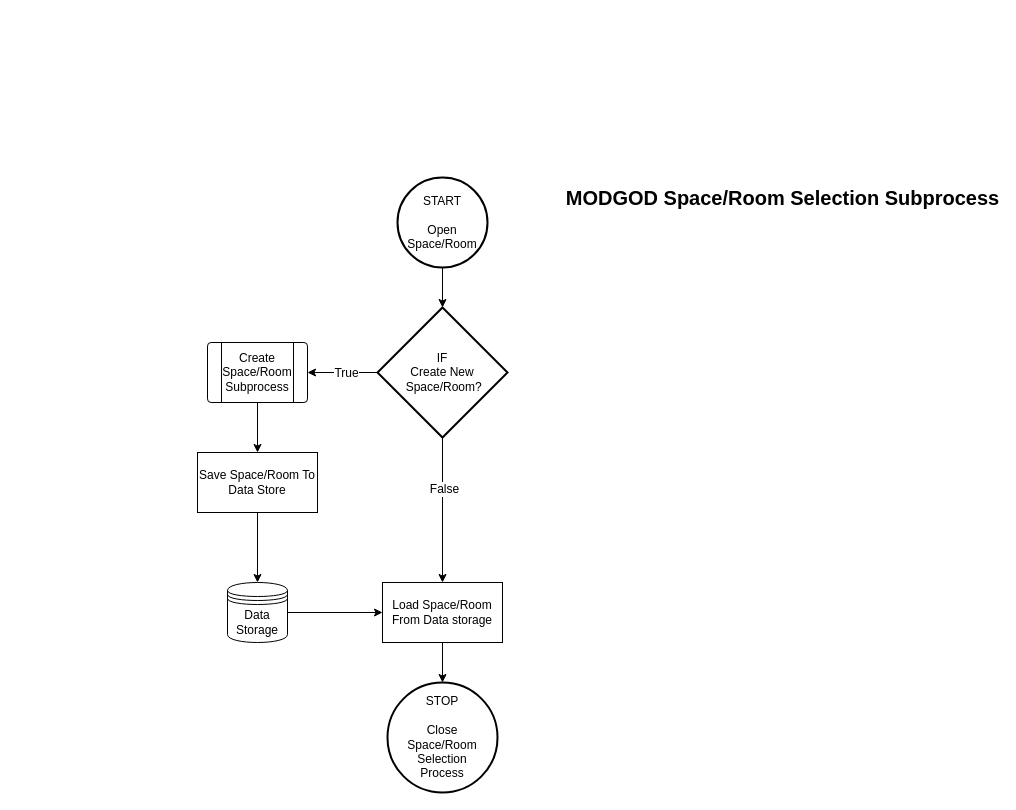
This is Phase2/Flowcharts/modgodToolset/ModGod/Selection/Space_Room/ModGodSpaceRoomSelectionSubprocess.drawio from RPG-Research/bcirpg, a draw.io file, before an edit. Source tidied: cells renumbered, new cells numbered last; positions are measured from the earlier drawing's top-left corner, leaving out a move shared by most shapes. Both pictures are drawn from the tidied source at 100%, with x=0, y=0 at pixel (197, 177).
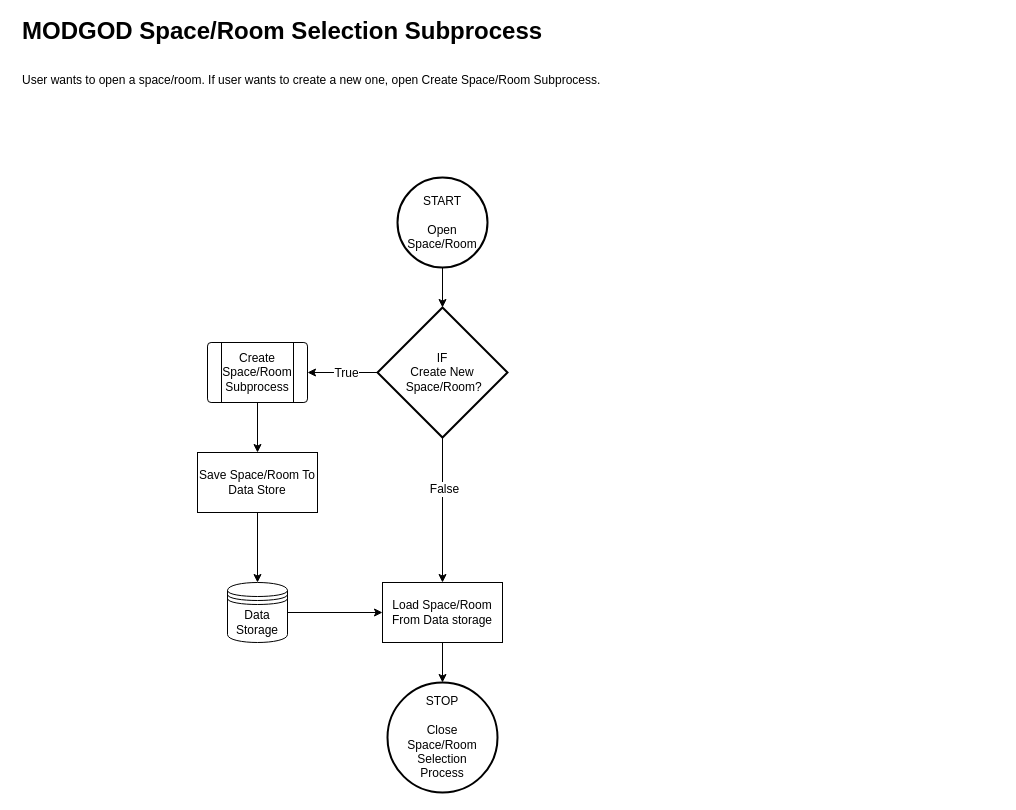
The same diagram, later.

The edit, as a diff of the source:
```diff
@@
 <mxGraphModel>
   <root>
     <mxCell id="0" />
     <mxCell id="1" parent="0" />
     <mxCell id="2" style="edgeStyle=orthogonalEdgeStyle;rounded=0;jettySize=auto;html=1;entryX=0.5;entryY=0;entryDx=0;entryDy=0;entryPerimeter=0;" parent="1" edge="1" source="3" target="10">
       <mxGeometry relative="1" as="geometry" />
     </mxCell>
     <mxCell id="3" value="START&lt;br&gt;&lt;br&gt;Open Space/Room" style="strokeWidth=2;html=1;shape=mxgraph.flowchart.start_2;whiteSpace=wrap;" parent="1" vertex="1">
       <mxGeometry x="200" width="90" height="90" as="geometry" />
     </mxCell>
-    <mxCell id="4" value="&lt;b&gt;&lt;font style=&quot;font-size: 20px;&quot;&gt;MODGOD Space/Room Selection Subprocess&lt;/font&gt;&lt;/b&gt;" style="text;html=1;align=center;verticalAlign=middle;strokeColor=none;fillColor=none;" parent="1" vertex="1">
-      <mxGeometry x="380" width="410" height="40" as="geometry" />
-    </mxCell>
     <mxCell id="5" value="STOP&lt;br&gt;&lt;br&gt;Close&lt;br&gt;Space/Room Selection&lt;br&gt;Process" style="strokeWidth=2;html=1;shape=mxgraph.flowchart.start_2;whiteSpace=wrap;" parent="1" vertex="1">
       <mxGeometry x="190" y="505" width="110" height="110" as="geometry" />
     </mxCell>
     <mxCell id="6" style="edgeStyle=orthogonalEdgeStyle;rounded=0;jettySize=auto;html=1;exitX=0.5;exitY=1;exitDx=0;exitDy=0;exitPerimeter=0;fontSize=12;entryX=0.5;entryY=0;entryDx=0;entryDy=0;" parent="1" edge="1" source="10" target="12">
       <mxGeometry relative="1" as="geometry" />
     </mxCell>
     <mxCell id="7" value="False" style="edgeLabel;html=1;align=center;verticalAlign=middle;fontSize=12;" parent="6" vertex="1">
       <mxGeometry x="-0.3" y="1" relative="1" as="geometry" />
     </mxCell>
     <mxCell id="8" style="edgeStyle=orthogonalEdgeStyle;rounded=0;jettySize=auto;html=1;exitX=0;exitY=0.5;exitDx=0;exitDy=0;exitPerimeter=0;entryX=1;entryY=0.5;entryDx=0;entryDy=0;fontSize=12;" parent="1" edge="1" source="10" target="16">
       <mxGeometry relative="1" as="geometry" />
     </mxCell>
     <mxCell id="9" value="True" style="edgeLabel;html=1;align=center;verticalAlign=middle;fontSize=12;" parent="8" vertex="1">
       <mxGeometry x="-0.09" relative="1" as="geometry" />
     </mxCell>
     <mxCell id="10" value="IF&lt;br&gt;Create New&lt;br&gt;&amp;nbsp;Space/Room?" style="strokeWidth=2;html=1;shape=mxgraph.flowchart.decision;whiteSpace=wrap;" parent="1" vertex="1">
       <mxGeometry x="180" y="130" width="130" height="130" as="geometry" />
     </mxCell>
     <mxCell id="11" style="edgeStyle=orthogonalEdgeStyle;rounded=0;jettySize=auto;html=1;exitX=0.5;exitY=1;exitDx=0;exitDy=0;fontSize=12;" parent="1" edge="1" source="12" target="5">
       <mxGeometry relative="1" as="geometry" />
     </mxCell>
     <mxCell id="12" value="Load Space/Room&lt;br&gt;From Data storage" style="rounded=0;whiteSpace=wrap;html=1;fontSize=12;" parent="1" vertex="1">
       <mxGeometry x="185" y="405" width="120" height="60" as="geometry" />
     </mxCell>
     <mxCell id="13" style="edgeStyle=orthogonalEdgeStyle;rounded=0;jettySize=auto;html=1;exitX=1;exitY=0.5;exitDx=0;exitDy=0;entryX=0;entryY=0.5;entryDx=0;entryDy=0;fontSize=12;" parent="1" edge="1" source="14" target="12">
       <mxGeometry relative="1" as="geometry" />
     </mxCell>
     <mxCell id="14" value="Data&lt;br&gt;Storage" style="shape=datastore;whiteSpace=wrap;html=1;fontSize=12;" parent="1" vertex="1">
       <mxGeometry x="30" y="405" width="60" height="60" as="geometry" />
     </mxCell>
     <mxCell id="15" style="edgeStyle=orthogonalEdgeStyle;rounded=0;jettySize=auto;html=1;exitX=0.5;exitY=1;exitDx=0;exitDy=0;fontSize=12;" parent="1" edge="1" source="16" target="18">
       <mxGeometry relative="1" as="geometry" />
     </mxCell>
     <mxCell id="16" value="Create Space/Room&lt;br&gt;Subprocess" style="verticalLabelPosition=middle;verticalAlign=middle;html=1;shape=process;whiteSpace=wrap;rounded=1;size=0.14;arcSize=6;fontSize=12;labelPosition=center;align=center;" parent="1" vertex="1">
       <mxGeometry x="10" y="165" width="100" height="60" as="geometry" />
     </mxCell>
     <mxCell id="17" style="edgeStyle=orthogonalEdgeStyle;rounded=0;jettySize=auto;html=1;fontSize=12;" parent="1" edge="1" source="18" target="14">
       <mxGeometry relative="1" as="geometry" />
     </mxCell>
     <mxCell id="18" value="Save Space/Room To&lt;br&gt;Data Store" style="rounded=0;whiteSpace=wrap;html=1;fontSize=12;" parent="1" vertex="1">
       <mxGeometry y="275" width="120" height="60" as="geometry" />
     </mxCell>
+    <mxCell id="19" value="&lt;span style=&quot;font-size: 24px;&quot;&gt;&lt;b&gt;MODGOD Space/Room Selection Subprocess&lt;/b&gt;&lt;/span&gt;&lt;h1&gt;&lt;span style=&quot;background-color: initial; font-size: 12px; font-weight: normal;&quot;&gt;User wants to open a space/room. If user wants to create a new one, open Create Space/Room Subprocess.&lt;/span&gt;&lt;br&gt;&lt;/h1&gt;" style="text;html=1;strokeColor=none;fillColor=none;spacing=5;spacingTop=-20;whiteSpace=wrap;overflow=hidden;rounded=0;" parent="1" vertex="1">
+      <mxGeometry x="-180" y="-150" width="830" height="120" as="geometry" />
+    </mxCell>
   </root>
 </mxGraphModel>
```
